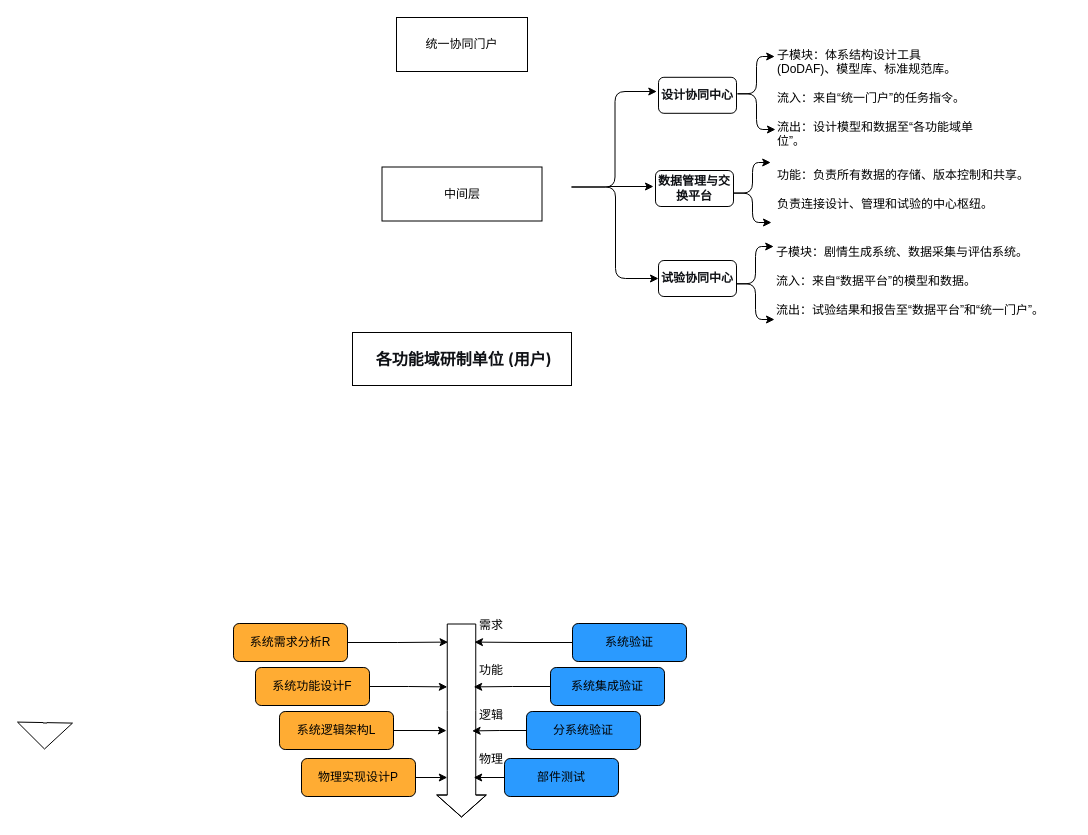
The draw.io diagram page "第 3 页" (3 of 3) of 未命名绘图.drawio in fsdeny/HealthApp, before the edit. Source tidied: cells renumbered, new cells numbered last; positions are measured from the earlier drawing's top-left corner, leaving out a move shared by most shapes. Both pictures are drawn from the tidied source at 100%, with x=0, y=0 at pixel (44, 17).
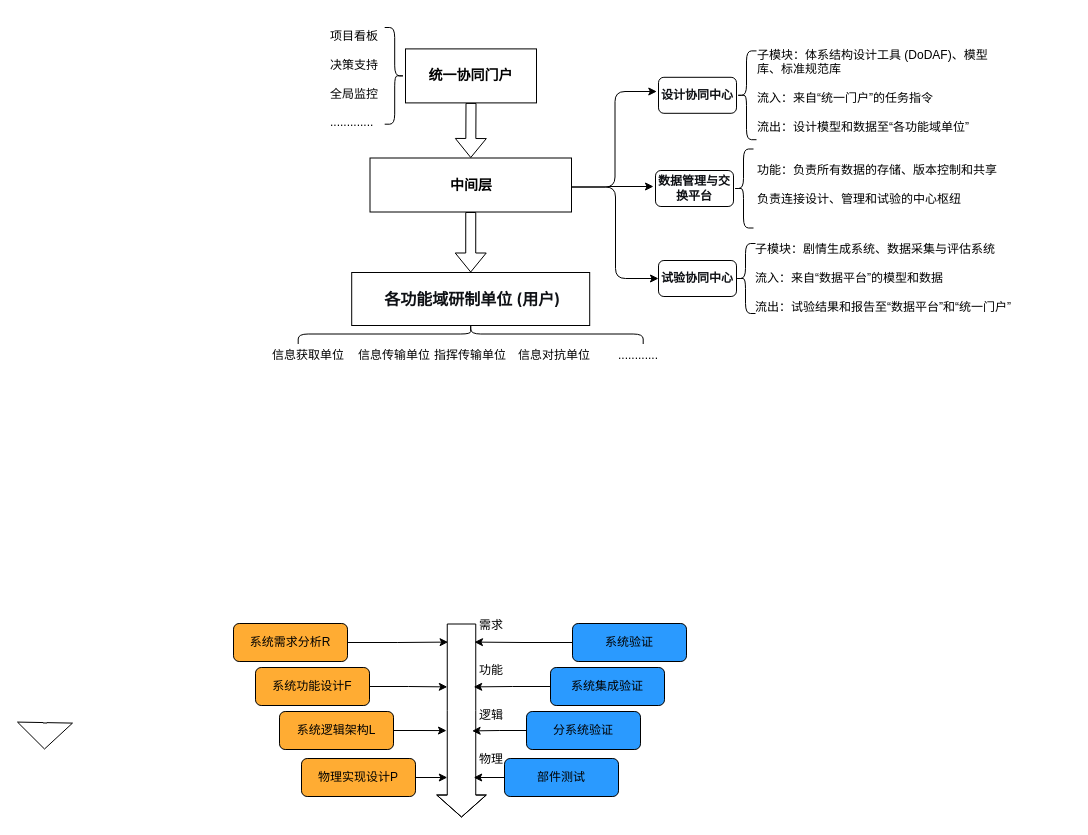
Above is the later version.

Commit message:
更新未命名绘图.drawio

What changed in the source:
```diff
@@
-    <mxCell id="2" value="中间层" style="whiteSpace=wrap;html=1;" parent="1" vertex="1">
-      <mxGeometry x="337.5" y="149.5" width="160" height="54" as="geometry" />
+    <mxCell id="2" value="&lt;font style=&quot;font-size: 14px;&quot;&gt;&lt;b&gt;中间层&lt;/b&gt;&lt;/font&gt;" style="whiteSpace=wrap;html=1;" parent="1" vertex="1">
+      <mxGeometry x="325.5" y="140.5" width="201.5" height="54" as="geometry" />
     </mxCell>
@@
-    <mxCell id="31" value="统一协同门户" style="whiteSpace=wrap;html=1;" parent="1" vertex="1">
-      <mxGeometry x="352" width="131" height="54" as="geometry" />
-    </mxCell>
@@
-    <mxCell id="35" value="子模块：体系结构设计工具 (DoDAF)、模型库、标准规范库。 &#10; &#10;流入：来自“统一门户”的任务指令。 &#10; &#10;流出：设计模型和数据至“各功能域单位”。" style="text;whiteSpace=wrap;html=1;" parent="1" vertex="1">
-      <mxGeometry x="731" y="24" width="206.5" height="68.8" as="geometry" />
+    <mxCell id="35" value="子模块：体系结构设计工具 (DoDAF)、模型库、标准规范库&lt;br&gt; &lt;br&gt;流入：来自“统一门户”的任务指令&lt;br&gt; &lt;br&gt;流出：设计模型和数据至“各功能域单位”" style="text;whiteSpace=wrap;html=1;" parent="1" vertex="1">
+      <mxGeometry x="711" y="24" width="234" height="68.8" as="geometry" />
     </mxCell>
-    <mxCell id="36" value="功能：负责所有数据的存储、版本控制和共享。&lt;br/&gt;&lt;br&gt;负责连接设计、管理和试验的中心枢纽。" style="text;whiteSpace=wrap;html=1;" parent="1" vertex="1">
-      <mxGeometry x="731" y="144" width="280" height="65" as="geometry" />
+    <mxCell id="36" value="功能：负责所有数据的存储、版本控制和共享&lt;br&gt;&lt;br&gt;负责连接设计、管理和试验的中心枢纽" style="text;whiteSpace=wrap;html=1;" parent="1" vertex="1">
+      <mxGeometry x="711" y="138.5" width="280" height="65" as="geometry" />
     </mxCell>
-    <mxCell id="37" value="子模块：剧情生成系统、数据采集与评估系统。 &#10; &#10;流入：来自“数据平台”的模型和数据。 &#10; &#10;流出：试验结果和报告至“数据平台”和“统一门户”。" style="text;whiteSpace=wrap;html=1;" parent="1" vertex="1">
-      <mxGeometry x="730" y="221" width="296" height="94" as="geometry" />
+    <mxCell id="37" value="子模块：剧情生成系统、数据采集与评估系统&lt;br&gt; &lt;br&gt;流入：来自“数据平台”的模型和数据&lt;br&gt; &lt;br&gt;流出：试验结果和报告至“数据平台”和“统一门户”" style="text;whiteSpace=wrap;html=1;" parent="1" vertex="1">
+      <mxGeometry x="709" y="218" width="296" height="94" as="geometry" />
     </mxCell>
-    <mxCell id="38" style="group;" parent="1" vertex="1">
-      <mxGeometry x="692" y="229" width="38" height="73" as="geometry" />
-    </mxCell>
-    <mxCell id="39" style="edgeStyle=elbowEdgeStyle;elbow=horizontal;html=1;rounded=1;curved=0;sourcePerimeterSpacing=0;targetPerimeterSpacing=0;startSize=6;endSize=6;" parent="38" edge="1">
-      <mxGeometry relative="1" as="geometry">
-        <mxPoint y="37.3" as="sourcePoint" />
-        <mxPoint x="37.2" as="targetPoint" />
-        <Array as="points">
-          <mxPoint x="19" y="10" />
-        </Array>
-      </mxGeometry>
-    </mxCell>
-    <mxCell id="40" style="edgeStyle=elbowEdgeStyle;elbow=horizontal;html=1;rounded=1;curved=0;sourcePerimeterSpacing=0;targetPerimeterSpacing=0;startSize=6;endSize=6;" parent="38" edge="1">
-      <mxGeometry relative="1" as="geometry">
-        <mxPoint y="37.3" as="sourcePoint" />
-        <mxPoint x="38" y="73" as="targetPoint" />
-      </mxGeometry>
-    </mxCell>
-    <mxCell id="41" style="group;" parent="1" vertex="1">
-      <mxGeometry x="689" y="145" width="38" height="60" as="geometry" />
-    </mxCell>
-    <mxCell id="42" style="edgeStyle=elbowEdgeStyle;elbow=horizontal;html=1;rounded=1;curved=0;sourcePerimeterSpacing=0;targetPerimeterSpacing=0;startSize=6;endSize=6;" parent="41" edge="1">
-      <mxGeometry relative="1" as="geometry">
-        <mxPoint y="30.6" as="sourcePoint" />
-        <mxPoint x="37.2" as="targetPoint" />
-        <Array as="points">
-          <mxPoint x="19" y="8.2" />
-        </Array>
-      </mxGeometry>
-    </mxCell>
-    <mxCell id="43" style="edgeStyle=elbowEdgeStyle;elbow=horizontal;html=1;rounded=1;curved=0;sourcePerimeterSpacing=0;targetPerimeterSpacing=0;startSize=6;endSize=6;" parent="41" edge="1">
-      <mxGeometry relative="1" as="geometry">
-        <mxPoint y="30.6" as="sourcePoint" />
-        <mxPoint x="38" y="60" as="targetPoint" />
-      </mxGeometry>
-    </mxCell>
-    <mxCell id="44" style="group;" parent="1" vertex="1">
-      <mxGeometry x="693" y="39" width="38" height="73" as="geometry" />
-    </mxCell>
-    <mxCell id="45" style="edgeStyle=elbowEdgeStyle;elbow=horizontal;html=1;rounded=1;curved=0;sourcePerimeterSpacing=0;targetPerimeterSpacing=0;startSize=6;endSize=6;" parent="44" edge="1">
-      <mxGeometry relative="1" as="geometry">
-        <mxPoint y="37.3" as="sourcePoint" />
-        <mxPoint x="37.2" as="targetPoint" />
-        <Array as="points">
-          <mxPoint x="19" y="10" />
-        </Array>
-      </mxGeometry>
-    </mxCell>
-    <mxCell id="46" style="edgeStyle=elbowEdgeStyle;elbow=horizontal;html=1;rounded=1;curved=0;sourcePerimeterSpacing=0;targetPerimeterSpacing=0;startSize=6;endSize=6;" parent="44" edge="1">
-      <mxGeometry relative="1" as="geometry">
-        <mxPoint y="37.3" as="sourcePoint" />
-        <mxPoint x="38" y="73" as="targetPoint" />
-      </mxGeometry>
-    </mxCell>
     <mxCell id="47" value="&lt;span style=&quot;color: rgb(15, 17, 21); font-family: quote-cjk-patch, Inter, system-ui, -apple-system, BlinkMacSystemFont, &amp;quot;Segoe UI&amp;quot;, Roboto, Oxygen, Ubuntu, Cantarell, &amp;quot;Open Sans&amp;quot;, &amp;quot;Helvetica Neue&amp;quot;, sans-serif; font-size: 16px; text-align: start; background-color: rgb(255, 255, 255);&quot;&gt;&amp;nbsp;&lt;/span&gt;&lt;span style=&quot;font-weight: 600; color: rgb(15, 17, 21); font-family: quote-cjk-patch, Inter, system-ui, -apple-system, BlinkMacSystemFont, &amp;quot;Segoe UI&amp;quot;, Roboto, Oxygen, Ubuntu, Cantarell, &amp;quot;Open Sans&amp;quot;, &amp;quot;Helvetica Neue&amp;quot;, sans-serif; font-size: 16px; text-align: start; background-color: rgb(255, 255, 255);&quot;&gt;各功能域研制单位 (用户)&lt;/span&gt;" style="whiteSpace=wrap;html=1;" parent="1" vertex="1">
-      <mxGeometry x="308" y="315" width="219" height="53" as="geometry" />
+      <mxGeometry x="307.2" y="255" width="238" height="53" as="geometry" />
     </mxCell>
+    <mxCell id="48" style="shape=curlyBracket;whiteSpace=wrap;html=1;rounded=1;labelPosition=left;verticalLabelPosition=middle;align=right;verticalAlign=middle;rotation=90;" parent="1" vertex="1">
+      <mxGeometry x="416.2" y="144" width="20" height="345" as="geometry" />
+    </mxCell>
+    <mxCell id="49" value="信息获取单位" style="text;html=1;whiteSpace=wrap;strokeColor=none;fillColor=none;align=center;verticalAlign=middle;rounded=0;" parent="1" vertex="1">
+      <mxGeometry x="226" y="323" width="76" height="30" as="geometry" />
+    </mxCell>
+    <mxCell id="50" value="信息对抗单位" style="text;html=1;whiteSpace=wrap;strokeColor=none;fillColor=none;align=center;verticalAlign=middle;rounded=0;fontStyle=0;" parent="1" vertex="1">
+      <mxGeometry x="471.5" y="323" width="76" height="30" as="geometry" />
+    </mxCell>
+    <mxCell id="51" value="指挥传输单位" style="text;html=1;whiteSpace=wrap;strokeColor=none;fillColor=none;align=center;verticalAlign=middle;rounded=0;" parent="1" vertex="1">
+      <mxGeometry x="388.2" y="323" width="76" height="30" as="geometry" />
+    </mxCell>
+    <mxCell id="52" value="信息传输单位" style="text;html=1;whiteSpace=wrap;strokeColor=none;fillColor=none;align=center;verticalAlign=middle;rounded=0;" parent="1" vertex="1">
+      <mxGeometry x="312.2" y="323" width="76" height="30" as="geometry" />
+    </mxCell>
+    <mxCell id="53" value="............" style="text;html=1;whiteSpace=wrap;strokeColor=none;fillColor=none;align=center;verticalAlign=middle;rounded=0;" parent="1" vertex="1">
+      <mxGeometry x="556" y="323" width="76" height="30" as="geometry" />
+    </mxCell>
+    <mxCell id="54" style="edgeStyle=orthogonalEdgeStyle;rounded=0;orthogonalLoop=1;jettySize=auto;html=1;exitX=0.5;exitY=1;exitDx=0;exitDy=0;" parent="1" edge="1" source="53" target="53">
+      <mxGeometry relative="1" as="geometry" />
+    </mxCell>
+    <mxCell id="55" style="shape=flexArrow;endArrow=classic;html=1;rounded=0;entryX=0.5;entryY=0;entryDx=0;entryDy=0;exitX=0.5;exitY=1;exitDx=0;exitDy=0;" parent="1" edge="1" source="31" target="2">
+      <mxGeometry relative="1" as="geometry" />
+    </mxCell>
+    <mxCell id="56" style="shape=flexArrow;endArrow=classic;html=1;rounded=0;exitX=0.5;exitY=1;exitDx=0;exitDy=0;entryX=0.5;entryY=0;entryDx=0;entryDy=0;" parent="1" edge="1" source="2" target="47">
+      <mxGeometry relative="1" as="geometry" />
+    </mxCell>
+    <mxCell id="57" style="shape=curlyBracket;whiteSpace=wrap;html=1;rounded=1;labelPosition=left;verticalLabelPosition=middle;align=right;verticalAlign=middle;" parent="1" vertex="1">
+      <mxGeometry x="689" y="131.5" width="20" height="79" as="geometry" />
+    </mxCell>
+    <mxCell id="58" style="shape=curlyBracket;whiteSpace=wrap;html=1;rounded=1;labelPosition=left;verticalLabelPosition=middle;align=right;verticalAlign=middle;" parent="1" vertex="1">
+      <mxGeometry x="691" y="226" width="20" height="70" as="geometry" />
+    </mxCell>
+    <mxCell id="59" style="shape=curlyBracket;whiteSpace=wrap;html=1;rounded=1;labelPosition=left;verticalLabelPosition=middle;align=right;verticalAlign=middle;" parent="1" vertex="1">
+      <mxGeometry x="692" y="33.4" width="20" height="88.8" as="geometry" />
+    </mxCell>
+    <mxCell id="60" value="项目看板&lt;div&gt;&lt;br&gt;&lt;div&gt;决策支持&lt;/div&gt;&lt;div&gt;&lt;br&gt;&lt;/div&gt;&lt;div&gt;全局监控&lt;/div&gt;&lt;/div&gt;&lt;div&gt;&lt;br&gt;&lt;/div&gt;&lt;div&gt;.............&lt;/div&gt;" style="text;whiteSpace=wrap;html=1;" parent="1" vertex="1">
+      <mxGeometry x="284" y="5.2" width="61" height="68.8" as="geometry" />
+    </mxCell>
+    <mxCell id="31" value="&lt;font style=&quot;font-size: 14px;&quot;&gt;&lt;b&gt;统一协同门户&lt;/b&gt;&lt;/font&gt;" style="whiteSpace=wrap;html=1;" parent="1" vertex="1">
+      <mxGeometry x="361" y="31.4" width="131" height="54" as="geometry" />
+    </mxCell>
+    <mxCell id="61" style="shape=curlyBracket;whiteSpace=wrap;html=1;rounded=1;flipH=1;labelPosition=right;verticalLabelPosition=middle;align=left;verticalAlign=middle;" parent="1" vertex="1">
+      <mxGeometry x="340.2" y="10" width="20" height="96.7" as="geometry" />
+    </mxCell>
```
